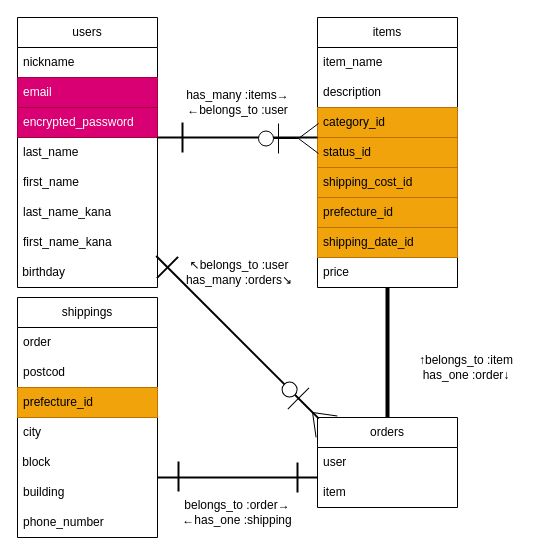
Above: app/views/test.dio in 11shiro4/furima-41807 (draw.io), before the change. Source tidied: cells renumbered, new cells numbered last; positions are measured from the earlier drawing's top-left corner, leaving out a move shared by most shapes. Both pictures are drawn from the tidied source at 100%, with x=0, y=0 at pixel (17, 17).
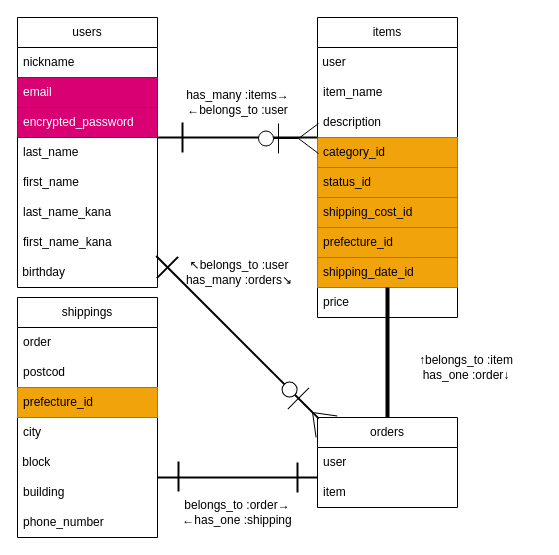
The same diagram, later.

Diff of the diagram source:
```diff
@@
     <mxCell id="19" value="items" style="swimlane;fontStyle=0;horizontal=1;startSize=30;whiteSpace=wrap;html=1;" parent="1" vertex="1">
-      <mxGeometry x="300" width="140" height="270" as="geometry" />
+      <mxGeometry x="300" width="140" height="300" as="geometry" />
     </mxCell>
+    <mxCell id="45" value="&amp;nbsp;user" style="text;html=1;strokeColor=none;fillColor=none;align=left;verticalAlign=middle;whiteSpace=wrap;rounded=0;" parent="19" vertex="1">
+      <mxGeometry y="30" width="140" height="30" as="geometry" />
+    </mxCell>
     <mxCell id="20" value="item_name" style="text;strokeColor=none;fillColor=none;align=left;verticalAlign=middle;spacingLeft=4;spacingRight=4;overflow=hidden;whiteSpace=wrap;html=1;" parent="19" vertex="1">
-      <mxGeometry y="30" width="140" height="30" as="geometry" />
+      <mxGeometry y="60" width="140" height="30" as="geometry" />
     </mxCell>
     <mxCell id="21" value="description" style="text;strokeColor=none;fillColor=none;align=left;verticalAlign=middle;spacingLeft=4;spacingRight=4;overflow=hidden;whiteSpace=wrap;html=1;" parent="19" vertex="1">
-      <mxGeometry y="60" width="140" height="30" as="geometry" />
+      <mxGeometry y="90" width="140" height="30" as="geometry" />
     </mxCell>
     <mxCell id="22" value="category_id" style="text;strokeColor=#BD7000;fillColor=#f0a30a;align=left;verticalAlign=middle;spacingLeft=4;spacingRight=4;overflow=hidden;whiteSpace=wrap;html=1;fontColor=#000000;" parent="19" vertex="1">
-      <mxGeometry y="90" width="140" height="30" as="geometry" />
+      <mxGeometry y="120" width="140" height="30" as="geometry" />
     </mxCell>
     <mxCell id="23" value="status_id" style="text;strokeColor=#BD7000;fillColor=#f0a30a;align=left;verticalAlign=middle;spacingLeft=4;spacingRight=4;overflow=hidden;whiteSpace=wrap;html=1;fontColor=#000000;" parent="19" vertex="1">
-      <mxGeometry y="120" width="140" height="30" as="geometry" />
+      <mxGeometry y="150" width="140" height="30" as="geometry" />
     </mxCell>
     <mxCell id="24" value="shipping_cost_id" style="text;strokeColor=#BD7000;fillColor=#f0a30a;align=left;verticalAlign=middle;spacingLeft=4;spacingRight=4;overflow=hidden;whiteSpace=wrap;html=1;fontColor=#000000;" parent="19" vertex="1">
-      <mxGeometry y="150" width="140" height="30" as="geometry" />
+      <mxGeometry y="180" width="140" height="30" as="geometry" />
     </mxCell>
     <mxCell id="25" value="prefecture_id" style="text;strokeColor=#BD7000;fillColor=#f0a30a;align=left;verticalAlign=middle;spacingLeft=4;spacingRight=4;overflow=hidden;whiteSpace=wrap;html=1;fontColor=#000000;" parent="19" vertex="1">
-      <mxGeometry y="180" width="140" height="30" as="geometry" />
+      <mxGeometry y="210" width="140" height="30" as="geometry" />
     </mxCell>
     <mxCell id="26" value="shipping_date_id" style="text;strokeColor=#BD7000;fillColor=#f0a30a;align=left;verticalAlign=middle;spacingLeft=4;spacingRight=4;overflow=hidden;whiteSpace=wrap;html=1;fontColor=#000000;" parent="19" vertex="1">
-      <mxGeometry y="210" width="140" height="30" as="geometry" />
+      <mxGeometry y="240" width="140" height="30" as="geometry" />
     </mxCell>
     <mxCell id="27" value="price" style="text;strokeColor=none;fillColor=none;align=left;verticalAlign=middle;spacingLeft=4;spacingRight=4;overflow=hidden;whiteSpace=wrap;html=1;" parent="19" vertex="1">
-      <mxGeometry y="240" width="140" height="30" as="geometry" />
+      <mxGeometry y="270" width="140" height="30" as="geometry" />
     </mxCell>
```
